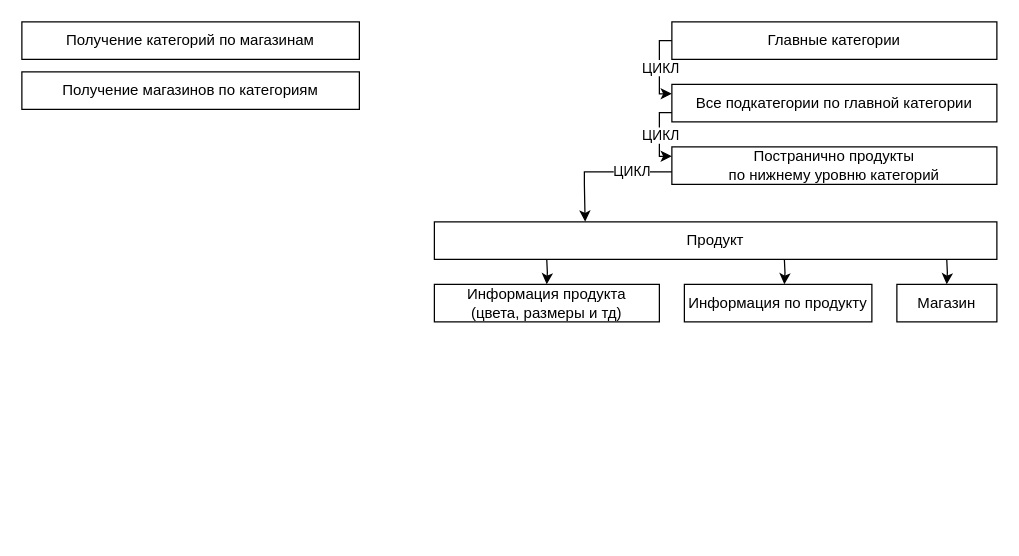
This is src/Untitled Diagram.drawio from sulikoks/market-guru-test, a draw.io file, before an edit. Source tidied: cells renumbered, new cells numbered last; positions are measured from the earlier drawing's top-left corner, leaving out a move shared by most shapes. Both pictures are drawn from the tidied source at 125%, with x=0, y=0 at pixel (21, 21).
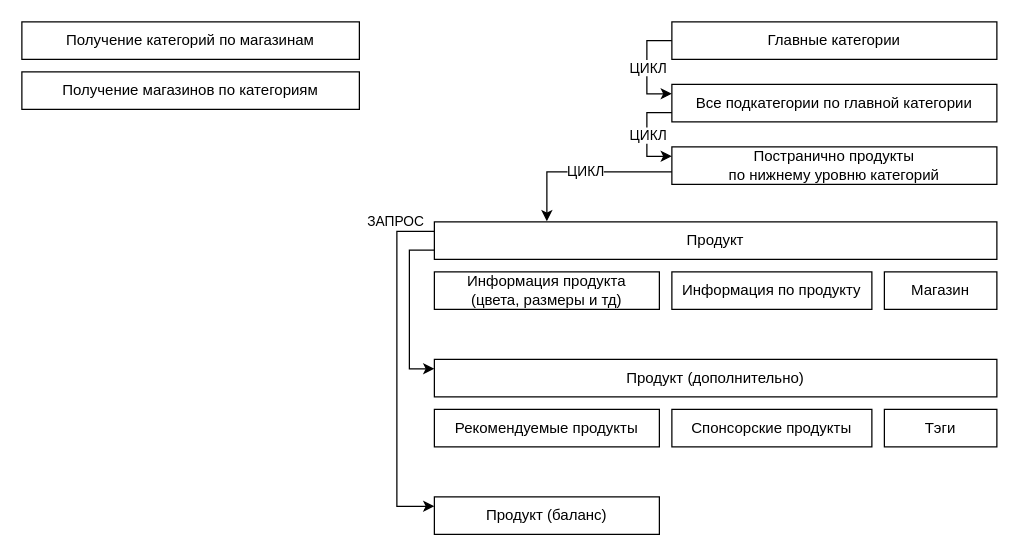
The same page after the edit.

The change refers to these unchanged cells:
```xml
<mxCell id="3" value="Главные категории" style="rounded=0;whiteSpace=wrap;html=1;" parent="1" vertex="1">
  <mxGeometry x="520" width="260" height="30" as="geometry" />
</mxCell>
<mxCell id="4" value="Все подкатегории по главной категории" style="rounded=0;whiteSpace=wrap;html=1;" parent="1" vertex="1">
  <mxGeometry x="520" y="50" width="260" height="30" as="geometry" />
</mxCell>
<mxCell id="6" value="Постранично продукты&lt;br&gt;по нижнему уровню категорий" style="rounded=0;whiteSpace=wrap;html=1;" parent="1" vertex="1">
  <mxGeometry x="520" y="100" width="260" height="30" as="geometry" />
</mxCell>
<mxCell id="11" value="Продукт" style="rounded=0;whiteSpace=wrap;html=1;" parent="1" vertex="1">
  <mxGeometry x="330" y="160" width="450" height="30" as="geometry" />
</mxCell>
```

The edit, as a diff of the source:
```diff
@@
     <mxCell id="7" style="endArrow=classic;html=1;rounded=0;edgeStyle=orthogonalEdgeStyle;exitX=0;exitY=0.5;exitDx=0;exitDy=0;entryX=0;entryY=0.25;entryDx=0;entryDy=0;" parent="1" edge="1" source="3" target="4">
-      <mxGeometry relative="1" as="geometry" />
+      <mxGeometry relative="1" as="geometry">
+        <Array as="points">
+          <mxPoint x="500" y="15" />
+          <mxPoint x="500" y="58" />
+        </Array>
+      </mxGeometry>
     </mxCell>
@@
     <mxCell id="9" style="endArrow=classic;html=1;rounded=0;edgeStyle=orthogonalEdgeStyle;exitX=0;exitY=0.75;exitDx=0;exitDy=0;entryX=0;entryY=0.25;entryDx=0;entryDy=0;" parent="1" edge="1" source="4" target="6">
-      <mxGeometry relative="1" as="geometry" />
+      <mxGeometry relative="1" as="geometry">
+        <Array as="points">
+          <mxPoint x="500" y="73" />
+          <mxPoint x="500" y="108" />
+        </Array>
+      </mxGeometry>
     </mxCell>
@@
+    <mxCell id="20" style="edgeStyle=orthogonalEdgeStyle;rounded=0;jettySize=auto;html=1;exitX=0;exitY=0.75;exitDx=0;exitDy=0;entryX=0;entryY=0.25;entryDx=0;entryDy=0;" parent="1" edge="1" source="11" target="23">
+      <mxGeometry relative="1" as="geometry" />
+    </mxCell>
+    <mxCell id="21" style="edgeStyle=orthogonalEdgeStyle;rounded=0;jettySize=auto;html=1;exitX=0;exitY=0.25;exitDx=0;exitDy=0;entryX=0;entryY=0.25;entryDx=0;entryDy=0;" parent="1" edge="1" source="11" target="27">
+      <mxGeometry relative="1" as="geometry">
+        <Array as="points">
+          <mxPoint x="300" y="168" />
+          <mxPoint x="300" y="388" />
+        </Array>
+      </mxGeometry>
+    </mxCell>
+    <mxCell id="22" value="ЗАПРОС" style="edgeLabel;html=1;align=center;verticalAlign=middle;" parent="21" vertex="1">
+      <mxGeometry x="-0.69" y="-2" relative="1" as="geometry">
+        <mxPoint y="-21" as="offset" />
+      </mxGeometry>
+    </mxCell>
@@
     <mxCell id="12" value="Магазин" style="rounded=0;whiteSpace=wrap;html=1;" parent="1" vertex="1">
-      <mxGeometry x="700" y="210" width="80" height="30" as="geometry" />
+      <mxGeometry x="690" y="200" width="90" height="30" as="geometry" />
     </mxCell>
     <mxCell id="13" value="Информация по продукту" style="rounded=0;whiteSpace=wrap;html=1;" parent="1" vertex="1">
-      <mxGeometry x="530" y="210" width="150" height="30" as="geometry" />
+      <mxGeometry x="520" y="200" width="160" height="30" as="geometry" />
     </mxCell>
     <mxCell id="14" value="Информация продукта&lt;br&gt;(цвета, размеры и тд)" style="rounded=0;whiteSpace=wrap;html=1;" parent="1" vertex="1">
-      <mxGeometry x="330" y="210" width="180" height="30" as="geometry" />
+      <mxGeometry x="330" y="200" width="180" height="30" as="geometry" />
     </mxCell>
-    <mxCell id="15" style="endArrow=classic;html=1;rounded=0;edgeStyle=orthogonalEdgeStyle;entryX=0.268;entryY=-0.006;entryDx=0;entryDy=0;entryPerimeter=0;" parent="1" edge="1" target="11">
+    <mxCell id="15" style="endArrow=classic;html=1;rounded=0;edgeStyle=orthogonalEdgeStyle;entryX=0.2;entryY=-0.015;entryDx=0;entryDy=0;entryPerimeter=0;" parent="1" edge="1" target="11">
       <mxGeometry relative="1" as="geometry">
         <mxPoint x="520" y="120" as="sourcePoint" />
         <Array as="points">
-          <mxPoint x="450" y="120" />
-          <mxPoint x="450" y="130" />
-          <mxPoint x="451" y="130" />
+          <mxPoint x="420" y="120" />
         </Array>
       </mxGeometry>
     </mxCell>
     <mxCell id="16" value="ЦИКЛ" style="edgeLabel;html=1;align=center;verticalAlign=middle;" parent="15" vertex="1">
-      <mxGeometry x="-0.39" y="-1" relative="1" as="geometry" />
+      <mxGeometry x="-0.39" y="-1" relative="1" as="geometry">
+        <mxPoint x="-27" as="offset" />
+      </mxGeometry>
     </mxCell>
-    <mxCell id="17" style="endArrow=classic;html=1;rounded=0;edgeStyle=orthogonalEdgeStyle;entryX=0.5;entryY=0;entryDx=0;entryDy=0;" parent="1" edge="1">
-      <mxGeometry relative="1" as="geometry">
-        <mxPoint x="610" y="190" as="sourcePoint" />
-        <mxPoint x="610" y="210" as="targetPoint" />
-      </mxGeometry>
-    </mxCell>
-    <mxCell id="18" style="endArrow=classic;html=1;rounded=0;edgeStyle=orthogonalEdgeStyle;entryX=0.5;entryY=0;entryDx=0;entryDy=0;" parent="1" edge="1">
-      <mxGeometry relative="1" as="geometry">
-        <mxPoint x="739.9" y="190" as="sourcePoint" />
-        <mxPoint x="739.9" y="210" as="targetPoint" />
-      </mxGeometry>
-    </mxCell>
-    <mxCell id="19" style="endArrow=classic;html=1;rounded=0;edgeStyle=orthogonalEdgeStyle;entryX=0.5;entryY=0;entryDx=0;entryDy=0;" parent="1" edge="1">
-      <mxGeometry relative="1" as="geometry">
-        <mxPoint x="419.9" y="190" as="sourcePoint" />
-        <mxPoint x="419.9" y="210" as="targetPoint" />
-      </mxGeometry>
-    </mxCell>
+    <mxCell id="23" value="Продукт (дополнительно)" style="rounded=0;whiteSpace=wrap;html=1;" parent="1" vertex="1">
+      <mxGeometry x="330" y="270" width="450" height="30" as="geometry" />
+    </mxCell>
+    <mxCell id="24" value="Спонсорские продукты" style="rounded=0;whiteSpace=wrap;html=1;" parent="1" vertex="1">
+      <mxGeometry x="520" y="310" width="160" height="30" as="geometry" />
+    </mxCell>
+    <mxCell id="25" value="Рекомендуемые продукты" style="rounded=0;whiteSpace=wrap;html=1;" parent="1" vertex="1">
+      <mxGeometry x="330" y="310" width="180" height="30" as="geometry" />
+    </mxCell>
+    <mxCell id="26" value="Тэги" style="rounded=0;whiteSpace=wrap;html=1;" parent="1" vertex="1">
+      <mxGeometry x="690" y="310" width="90" height="30" as="geometry" />
+    </mxCell>
+    <mxCell id="27" value="Продукт (баланс)" style="rounded=0;whiteSpace=wrap;html=1;" parent="1" vertex="1">
+      <mxGeometry x="330" y="380" width="180" height="30" as="geometry" />
+    </mxCell>
```
